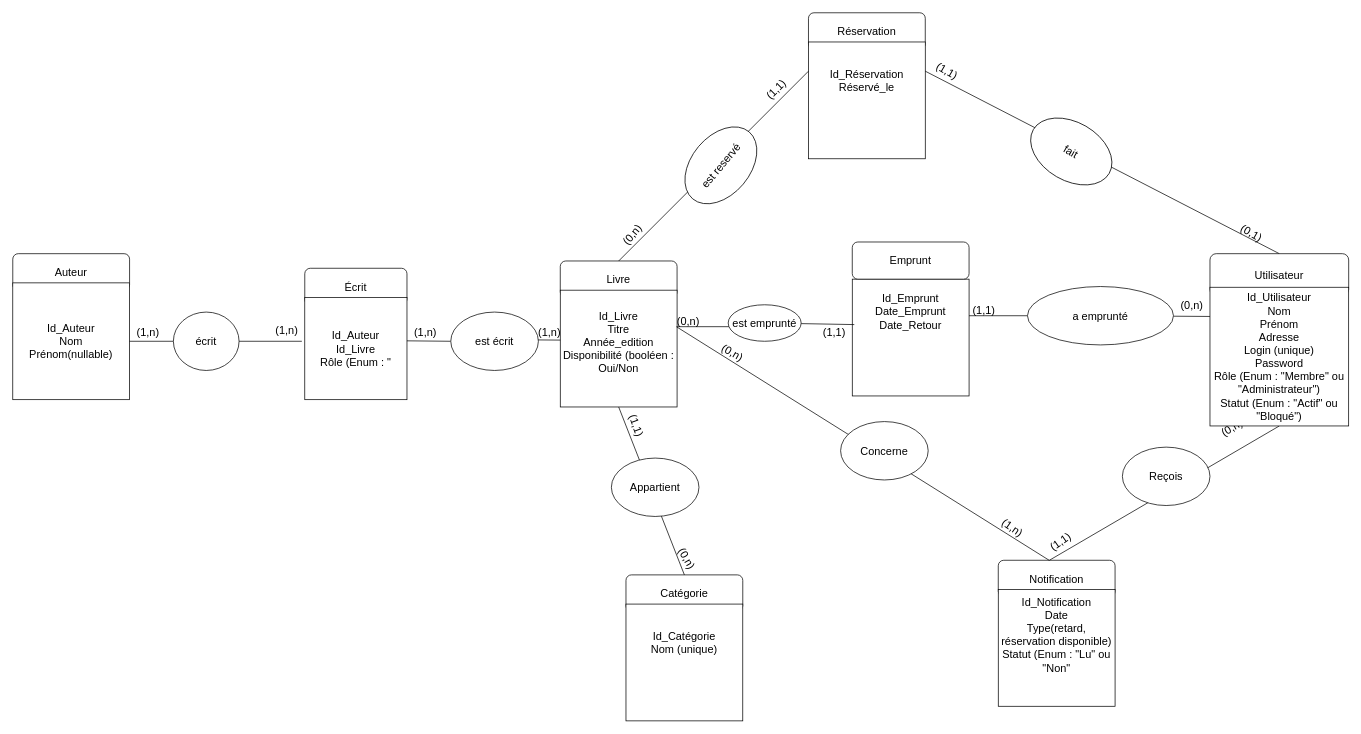
Above: page "MCD" (3 of 3) of diagramme/Diagramme UML Bibliothèque.drawio in JocelyneMuller/Projet-Biblioth-que (draw.io), before the change. Source tidied: cells renumbered, new cells numbered last; positions are measured from the earlier drawing's top-left corner, leaving out a move shared by most shapes. Both pictures are drawn from the tidied source at 73%, with x=0, y=0 at pixel (12, 12).
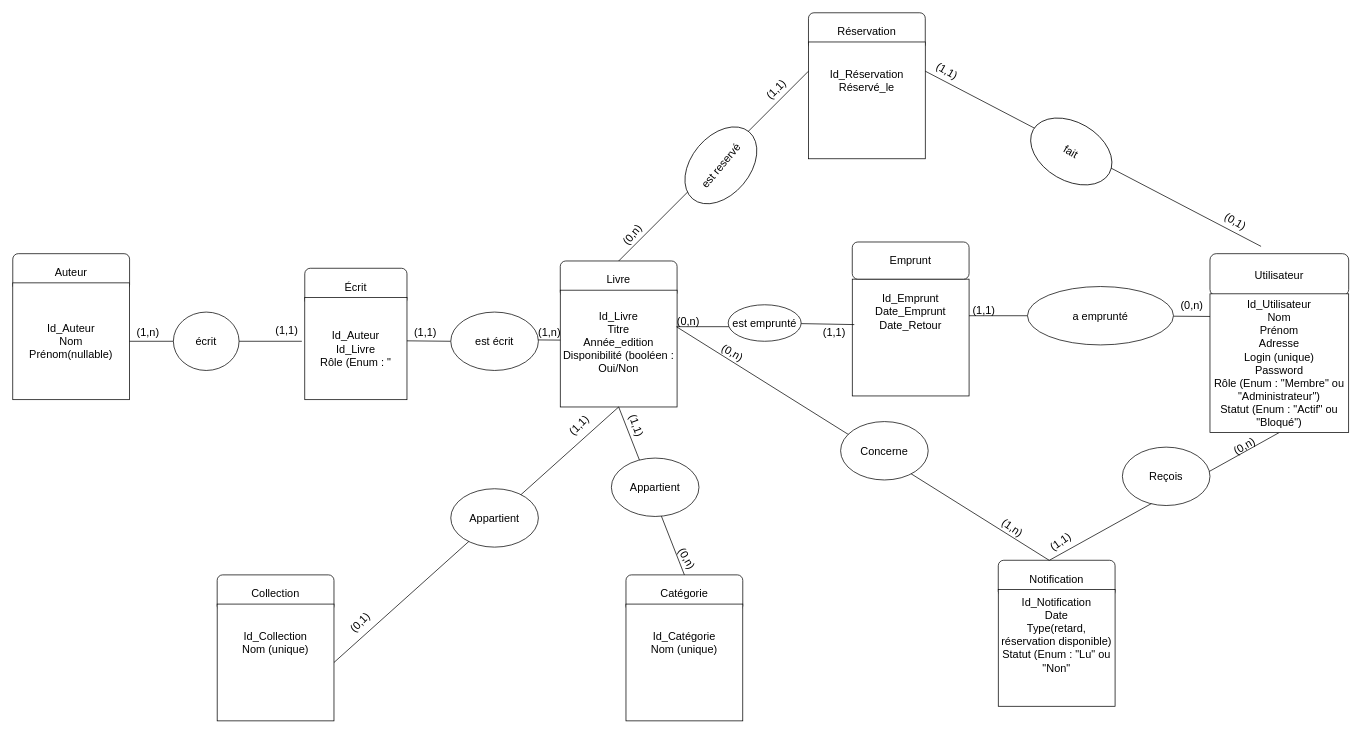
After the change.

Commit message:
Mettre à jour Diagramme UML Bibliothèque.drawio

Unchanged cells that the change refers to:
```xml
<mxCell id="4" value="&lt;font style=&quot;font-size: 15px;&quot;&gt;Id_Livre&lt;/font&gt;&lt;div style=&quot;font-size: 15px;&quot;&gt;&lt;font style=&quot;font-size: 15px;&quot;&gt;Titre&lt;/font&gt;&lt;/div&gt;&lt;div style=&quot;font-size: 15px;&quot;&gt;&lt;font style=&quot;font-size: 15px;&quot;&gt;Année_edition&lt;/font&gt;&lt;/div&gt;&lt;div style=&quot;font-size: 15px;&quot;&gt;&lt;font style=&quot;font-size: 15px;&quot;&gt;Disponibilité (booléen : Oui/Non&lt;/font&gt;&lt;/div&gt;&lt;div style=&quot;font-size: 15px;&quot;&gt;&lt;br&gt;&lt;/div&gt;" style="whiteSpace=wrap;html=1;" parent="2" vertex="1">
  <mxGeometry y="40" width="160" height="160" as="geometry" />
</mxCell>
<mxCell id="13" value="&lt;font style=&quot;font-size: 15px;&quot;&gt;Id_Réservation&lt;/font&gt;&lt;div&gt;&lt;span style=&quot;font-size: 15px;&quot;&gt;Réservé_le&lt;br&gt;&lt;/span&gt;&lt;div style=&quot;font-size: 15px;&quot;&gt;&lt;br&gt;&lt;/div&gt;&lt;div style=&quot;font-size: 15px;&quot;&gt;&lt;br&gt;&lt;/div&gt;&lt;div style=&quot;font-size: 15px;&quot;&gt;&lt;br&gt;&lt;/div&gt;&lt;/div&gt;" style="whiteSpace=wrap;html=1;" parent="11" vertex="1">
  <mxGeometry y="40" width="160" height="160" as="geometry" />
</mxCell>
<mxCell id="63" value="&lt;font style=&quot;font-size: 15px;&quot;&gt;Utilisateur&lt;/font&gt;" style="rounded=1;whiteSpace=wrap;html=1;" parent="1" vertex="1">
  <mxGeometry x="1640" y="330" width="190" height="57.5" as="geometry" />
</mxCell>
```

The edit, as a diff of the source:
```diff
@@
-    <mxCell id="17" style="endArrow=none;html=1;rounded=0;entryX=1;entryY=0.25;entryDx=0;entryDy=0;exitX=0.5;exitY=0;exitDx=0;exitDy=0;" parent="1" edge="1" source="63" target="13">
-      <mxGeometry relative="1" as="geometry" />
+    <mxCell id="17" style="endArrow=none;html=1;rounded=0;entryX=1;entryY=0.25;entryDx=0;entryDy=0;" parent="1" edge="1" target="13">
+      <mxGeometry relative="1" as="geometry">
+        <mxPoint x="1710" y="320" as="sourcePoint" />
+      </mxGeometry>
     </mxCell>
@@
     <mxCell id="20" value="&lt;font style=&quot;font-size: 15px;&quot;&gt;(0,n)&lt;/font&gt;" style="text;html=1;align=center;verticalAlign=middle;whiteSpace=wrap;rounded=0;rotation=-30;" parent="1" vertex="1">
-      <mxGeometry x="1640" y="553" width="60" height="30" as="geometry" />
+      <mxGeometry x="1657" y="578" width="60" height="30" as="geometry" />
     </mxCell>
@@
     <mxCell id="24" value="&lt;font style=&quot;font-size: 15px;&quot;&gt;(0,1)&lt;/font&gt;" style="text;html=1;align=center;verticalAlign=middle;strokeColor=none;fillColor=none;rotation=30;fontSize=15;" parent="1" vertex="1">
-      <mxGeometry x="1672" y="286" width="50" height="30" as="geometry" />
+      <mxGeometry x="1650" y="270" width="50" height="30" as="geometry" />
     </mxCell>
@@
-    <mxCell id="59" value="&lt;font style=&quot;font-size: 15px;&quot;&gt;(1,n)&lt;/font&gt;" style="text;html=1;align=center;verticalAlign=middle;strokeColor=none;fillColor=none;" parent="1" vertex="1">
+    <mxCell id="59" value="&lt;font style=&quot;font-size: 15px;&quot;&gt;(1,1)&lt;/font&gt;" style="text;html=1;align=center;verticalAlign=middle;strokeColor=none;fillColor=none;" parent="1" vertex="1">
       <mxGeometry x="350" y="420" width="50" height="30" as="geometry" />
     </mxCell>
@@
-    <mxCell id="62" value="&lt;font style=&quot;font-size: 15px;&quot;&gt;(1,n)&lt;/font&gt;" style="text;html=1;align=center;verticalAlign=middle;strokeColor=none;fillColor=none;" parent="1" vertex="1">
+    <mxCell id="62" value="&lt;font style=&quot;font-size: 15px;&quot;&gt;(1,1)&lt;/font&gt;" style="text;html=1;align=center;verticalAlign=middle;strokeColor=none;fillColor=none;" parent="1" vertex="1">
       <mxGeometry x="540" y="422" width="50" height="30" as="geometry" />
     </mxCell>
@@
     <mxCell id="64" value="&lt;div&gt;&lt;font style=&quot;font-size: 15px;&quot;&gt;&lt;br&gt;&lt;/font&gt;&lt;/div&gt;&lt;font style=&quot;font-size: 15px;&quot;&gt;&lt;div&gt;&lt;font style=&quot;font-size: 15px;&quot;&gt;&lt;br&gt;&lt;/font&gt;&lt;/div&gt;Id_Utilisateur&lt;/font&gt;&lt;div style=&quot;font-size: 15px;&quot;&gt;&lt;font style=&quot;font-size: 15px;&quot;&gt;Nom&lt;/font&gt;&lt;/div&gt;&lt;div style=&quot;font-size: 15px;&quot;&gt;&lt;font style=&quot;font-size: 15px;&quot;&gt;Prénom&lt;/font&gt;&lt;/div&gt;&lt;div style=&quot;font-size: 15px;&quot;&gt;&lt;span style=&quot;background-color: initial;&quot;&gt;Adresse&lt;/span&gt;&lt;/div&gt;&lt;div style=&quot;font-size: 15px;&quot;&gt;&lt;span style=&quot;background-color: initial;&quot;&gt;Login (unique)&lt;/span&gt;&lt;/div&gt;&lt;div style=&quot;font-size: 15px;&quot;&gt;&lt;span style=&quot;background-color: initial;&quot;&gt;Password&lt;/span&gt;&lt;/div&gt;&lt;div style=&quot;font-size: 15px;&quot;&gt;Rôle (Enum : &quot;Membre&quot; ou &quot;Administrateur&quot;)&lt;span style=&quot;background-color: initial;&quot;&gt;&lt;br&gt;&lt;/span&gt;&lt;/div&gt;&lt;div style=&quot;font-size: 15px;&quot;&gt;Statut (Enum : &quot;Actif&quot; ou &quot;Bloqué&quot;)&lt;/div&gt;&lt;div style=&quot;font-size: 15px;&quot;&gt;&lt;br&gt;&lt;/div&gt;&lt;div style=&quot;font-size: 15px;&quot;&gt;&lt;br&gt;&lt;/div&gt;" style="whiteSpace=wrap;html=1;" parent="1" vertex="1">
-      <mxGeometry x="1640" y="376" width="190" height="190" as="geometry" />
+      <mxGeometry x="1640" y="385" width="190" height="190" as="geometry" />
     </mxCell>
+    <mxCell id="65" style="group;" parent="1" vertex="1">
+      <mxGeometry x="280" y="770" width="160" height="200" as="geometry" />
+    </mxCell>
+    <mxCell id="66" value="&lt;font style=&quot;font-size: 15px;&quot;&gt;Collection&lt;/font&gt;" style="rounded=1;whiteSpace=wrap;html=1;" parent="65" vertex="1">
+      <mxGeometry width="160" height="50" as="geometry" />
+    </mxCell>
+    <mxCell id="67" value="&lt;font style=&quot;font-size: 15px;&quot;&gt;Id_Collection&lt;/font&gt;&lt;div style=&quot;font-size: 15px;&quot;&gt;Nom (unique)&lt;/div&gt;&lt;div style=&quot;font-size: 15px;&quot;&gt;&lt;br&gt;&lt;/div&gt;&lt;div style=&quot;font-size: 15px;&quot;&gt;&lt;br&gt;&lt;/div&gt;&lt;div style=&quot;font-size: 15px;&quot;&gt;&lt;br&gt;&lt;/div&gt;" style="whiteSpace=wrap;html=1;" parent="65" vertex="1">
+      <mxGeometry y="40" width="160" height="160" as="geometry" />
+    </mxCell>
+    <mxCell id="68" style="endArrow=none;html=1;rounded=0;entryX=0.5;entryY=1;entryDx=0;entryDy=0;" parent="1" edge="1" target="4">
+      <mxGeometry relative="1" as="geometry">
+        <mxPoint x="440" y="890" as="sourcePoint" />
+      </mxGeometry>
+    </mxCell>
+    <mxCell id="69" value="&lt;font style=&quot;font-size: 15px;&quot;&gt;Appartient&lt;/font&gt;" style="ellipse;whiteSpace=wrap;html=1;" parent="1" vertex="1">
+      <mxGeometry x="600" y="652" width="120" height="80" as="geometry" />
+    </mxCell>
+    <mxCell id="70" value="&lt;font style=&quot;font-size: 15px;&quot;&gt;(0,1)&lt;/font&gt;" style="text;html=1;align=center;verticalAlign=middle;strokeColor=none;fillColor=none;rotation=-45;" parent="1" vertex="1">
+      <mxGeometry x="450" y="820" width="50" height="30" as="geometry" />
+    </mxCell>
+    <mxCell id="71" value="&lt;font style=&quot;font-size: 15px;&quot;&gt;(1,1)&lt;/font&gt;" style="text;html=1;align=center;verticalAlign=middle;strokeColor=none;fillColor=none;rotation=-45;" parent="1" vertex="1">
+      <mxGeometry x="750" y="550" width="50" height="30" as="geometry" />
+    </mxCell>
```
